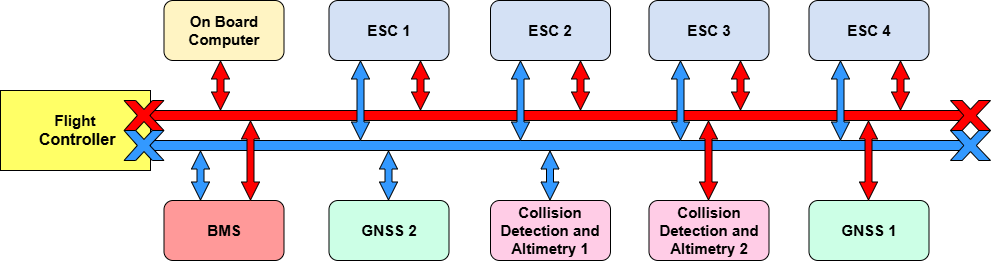
This is figs/Thomas/Intra Communication/CAN bus.png from 2024-3YP-Drone-TeamB/3YP_Report, a draw.io export, as it was before one commit. Source tidied: cells renumbered, new cells last; positions are measured from the earlier drawing's top-left corner, leaving out a move shared by most shapes. The source it was exported from:
```xml
<mxGraphModel>
  <root>
    <mxCell id="0" />
    <mxCell id="1" parent="0" />
    <mxCell id="2" value="&lt;b&gt;&lt;font style=&quot;font-size: 15px;&quot;&gt;GNSS 1&lt;/font&gt;&lt;/b&gt;" style="rounded=1;whiteSpace=wrap;html=1;fillColor=#CCFFE6;" parent="1" vertex="1">
      <mxGeometry x="808.5" y="200" width="120" height="60" as="geometry" />
    </mxCell>
    <mxCell id="3" value="&lt;b&gt;&lt;font style=&quot;font-size: 15px;&quot;&gt;Collision Detection and Altimetry 1&lt;/font&gt;&lt;/b&gt;" style="rounded=1;whiteSpace=wrap;html=1;fillColor=#FFCCE6;" parent="1" vertex="1">
      <mxGeometry x="490" y="200" width="120" height="60" as="geometry" />
    </mxCell>
    <mxCell id="4" value="&lt;b&gt;&lt;font style=&quot;font-size: 15px;&quot;&gt;BMS&lt;/font&gt;&lt;/b&gt;" style="rounded=1;whiteSpace=wrap;html=1;fillColor=#FF9999;" parent="1" vertex="1">
      <mxGeometry x="163.5" y="200" width="120" height="60" as="geometry" />
    </mxCell>
    <mxCell id="5" value="&lt;b&gt;&lt;font style=&quot;font-size: 15px;&quot;&gt;On Board Computer&lt;/font&gt;&lt;/b&gt;" style="rounded=1;whiteSpace=wrap;html=1;fillColor=#FFF4C3;" parent="1" vertex="1">
      <mxGeometry x="163.5" width="120" height="60" as="geometry" />
    </mxCell>
    <mxCell id="6" value="&lt;b&gt;&lt;font style=&quot;font-size: 15px;&quot;&gt;ESC 3&lt;/font&gt;&lt;/b&gt;" style="rounded=1;whiteSpace=wrap;html=1;fillColor=#D4E1F5;" parent="1" vertex="1">
      <mxGeometry x="648.5" width="120" height="60" as="geometry" />
    </mxCell>
    <mxCell id="7" value="&lt;b&gt;&lt;font style=&quot;font-size: 15px;&quot;&gt;ESC 1&lt;/font&gt;&lt;/b&gt;" style="rounded=1;whiteSpace=wrap;html=1;fillColor=#D4E1F5;" parent="1" vertex="1">
      <mxGeometry x="328.5" width="120" height="60" as="geometry" />
    </mxCell>
    <mxCell id="8" value="&lt;b&gt;&lt;font style=&quot;font-size: 15px;&quot;&gt;ESC 2&lt;/font&gt;&lt;/b&gt;" style="rounded=1;whiteSpace=wrap;html=1;fillColor=#D4E1F5;" parent="1" vertex="1">
      <mxGeometry x="490" width="120" height="60" as="geometry" />
    </mxCell>
    <mxCell id="9" value="&lt;b&gt;&lt;font style=&quot;font-size: 15px;&quot;&gt;ESC 4&lt;/font&gt;&lt;/b&gt;" style="rounded=1;whiteSpace=wrap;html=1;fillColor=#D4E1F5;" parent="1" vertex="1">
      <mxGeometry x="808.5" width="120" height="60" as="geometry" />
    </mxCell>
    <mxCell id="10" value="&lt;b&gt;&lt;font style=&quot;font-size: 15px;&quot;&gt;GNSS 2&lt;/font&gt;&lt;/b&gt;" style="rounded=1;whiteSpace=wrap;html=1;fillColor=#CCFFE6;" parent="1" vertex="1">
      <mxGeometry x="328.5" y="200" width="120" height="60" as="geometry" />
    </mxCell>
    <mxCell id="11" value="&lt;b&gt;&lt;font style=&quot;font-size: 15px;&quot;&gt;Collision Detection and Altimetry 2&lt;/font&gt;&lt;/b&gt;" style="rounded=1;whiteSpace=wrap;html=1;fillColor=#FFCCE6;" parent="1" vertex="1">
      <mxGeometry x="648.5" y="200" width="120" height="60" as="geometry" />
    </mxCell>
    <mxCell id="12" style="rounded=0;whiteSpace=wrap;html=1;fillColor=#FF0000;" parent="1" vertex="1">
      <mxGeometry x="150" y="110" width="820" height="10" as="geometry" />
    </mxCell>
    <mxCell id="13" value="&lt;b&gt;&lt;font style=&quot;font-size: 15px;&quot;&gt;Flight&lt;/font&gt;&lt;/b&gt;&lt;div&gt;&lt;b&gt;&lt;font size=&quot;3&quot; style=&quot;&quot;&gt;&amp;nbsp;Controller&lt;/font&gt;&lt;/b&gt;&lt;/div&gt;" style="rounded=0;whiteSpace=wrap;html=1;fillColor=#FFFF66;" parent="1" vertex="1">
      <mxGeometry y="90" width="150" height="80" as="geometry" />
    </mxCell>
    <mxCell id="14" style="rounded=0;whiteSpace=wrap;html=1;fillColor=#3399FF;" parent="1" vertex="1">
      <mxGeometry x="150" y="140" width="820" height="10" as="geometry" />
    </mxCell>
    <mxCell id="15" style="shape=flexArrow;endArrow=classic;startArrow=classic;html=1;rounded=0;width=7;endSize=5.67;startWidth=10;startSize=5.67;endWidth=10;fillColor=#FF0000;" parent="1" edge="1">
      <mxGeometry relative="1" as="geometry">
        <mxPoint x="900" y="110" as="sourcePoint" />
        <mxPoint x="900" y="60" as="targetPoint" />
      </mxGeometry>
    </mxCell>
    <mxCell id="16" style="shape=flexArrow;endArrow=classic;startArrow=classic;html=1;rounded=0;width=7;endSize=5.67;startWidth=10;startSize=5.67;endWidth=10;fillColor=#3399FF;" parent="1" edge="1">
      <mxGeometry relative="1" as="geometry">
        <mxPoint x="360" y="140" as="sourcePoint" />
        <mxPoint x="360" y="60" as="targetPoint" />
      </mxGeometry>
    </mxCell>
    <mxCell id="17" style="shape=flexArrow;endArrow=classic;startArrow=classic;html=1;rounded=0;width=7;endSize=5.67;startWidth=10;startSize=5.67;endWidth=10;fillColor=#3399FF;" parent="1" edge="1">
      <mxGeometry relative="1" as="geometry">
        <mxPoint x="388" y="200" as="sourcePoint" />
        <mxPoint x="388" y="150" as="targetPoint" />
      </mxGeometry>
    </mxCell>
    <mxCell id="18" style="shape=flexArrow;endArrow=classic;startArrow=classic;html=1;rounded=0;width=7;endSize=5.67;startWidth=10;startSize=5.67;endWidth=10;fillColor=#FF0000;" parent="1" edge="1">
      <mxGeometry relative="1" as="geometry">
        <mxPoint x="220" y="110" as="sourcePoint" />
        <mxPoint x="220" y="60" as="targetPoint" />
      </mxGeometry>
    </mxCell>
    <mxCell id="19" style="shape=flexArrow;endArrow=classic;startArrow=classic;html=1;rounded=0;width=7;endSize=5.67;startWidth=10;startSize=5.67;endWidth=10;fillColor=#3399FF;" parent="1" edge="1">
      <mxGeometry relative="1" as="geometry">
        <mxPoint x="200" y="200" as="sourcePoint" />
        <mxPoint x="200" y="150" as="targetPoint" />
      </mxGeometry>
    </mxCell>
    <mxCell id="20" style="shape=flexArrow;endArrow=classic;startArrow=classic;html=1;rounded=0;width=7;endSize=5.67;startWidth=10;startSize=5.67;endWidth=10;fillColor=#3399FF;" parent="1" edge="1">
      <mxGeometry relative="1" as="geometry">
        <mxPoint x="549.5" y="200" as="sourcePoint" />
        <mxPoint x="549.5" y="150" as="targetPoint" />
      </mxGeometry>
    </mxCell>
    <mxCell id="21" style="shape=flexArrow;endArrow=classic;startArrow=classic;html=1;rounded=0;width=7;endSize=5.67;startWidth=10;startSize=5.67;endWidth=10;fillColor=#FF0000;" parent="1" edge="1">
      <mxGeometry relative="1" as="geometry">
        <mxPoint x="740" y="110" as="sourcePoint" />
        <mxPoint x="740" y="60" as="targetPoint" />
      </mxGeometry>
    </mxCell>
    <mxCell id="22" style="shape=flexArrow;endArrow=classic;startArrow=classic;html=1;rounded=0;width=7;endSize=5.67;startWidth=10;startSize=5.67;endWidth=10;fillColor=#FF0000;" parent="1" edge="1">
      <mxGeometry relative="1" as="geometry">
        <mxPoint x="580" y="110" as="sourcePoint" />
        <mxPoint x="580" y="60" as="targetPoint" />
      </mxGeometry>
    </mxCell>
    <mxCell id="23" style="shape=flexArrow;endArrow=classic;startArrow=classic;html=1;rounded=0;width=7;endSize=5.67;startWidth=10;startSize=5.67;endWidth=10;fillColor=#FF0000;" parent="1" edge="1">
      <mxGeometry relative="1" as="geometry">
        <mxPoint x="420" y="110" as="sourcePoint" />
        <mxPoint x="420" y="60" as="targetPoint" />
      </mxGeometry>
    </mxCell>
    <mxCell id="24" style="shape=flexArrow;endArrow=classic;startArrow=classic;html=1;rounded=0;width=7;endSize=5.67;startWidth=10;startSize=5.67;endWidth=10;fillColor=#3399FF;" parent="1" edge="1">
      <mxGeometry relative="1" as="geometry">
        <mxPoint x="520" y="140" as="sourcePoint" />
        <mxPoint x="520" y="60" as="targetPoint" />
      </mxGeometry>
    </mxCell>
    <mxCell id="25" style="shape=flexArrow;endArrow=classic;startArrow=classic;html=1;rounded=0;width=7;endSize=5.67;startWidth=10;startSize=5.67;endWidth=10;fillColor=#3399FF;" parent="1" edge="1">
      <mxGeometry relative="1" as="geometry">
        <mxPoint x="680" y="140" as="sourcePoint" />
        <mxPoint x="680" y="60" as="targetPoint" />
      </mxGeometry>
    </mxCell>
    <mxCell id="26" style="shape=flexArrow;endArrow=classic;startArrow=classic;html=1;rounded=0;width=7;endSize=5.67;startWidth=10;startSize=5.67;endWidth=10;fillColor=#3399FF;" parent="1" edge="1">
      <mxGeometry relative="1" as="geometry">
        <mxPoint x="840" y="140" as="sourcePoint" />
        <mxPoint x="840" y="60" as="targetPoint" />
      </mxGeometry>
    </mxCell>
    <mxCell id="27" style="shape=flexArrow;endArrow=classic;startArrow=classic;html=1;rounded=0;width=7;endSize=5.67;startWidth=10;startSize=5.67;endWidth=10;fillColor=#FF0000;" parent="1" edge="1">
      <mxGeometry relative="1" as="geometry">
        <mxPoint x="868" y="200" as="sourcePoint" />
        <mxPoint x="868" y="120" as="targetPoint" />
      </mxGeometry>
    </mxCell>
    <mxCell id="28" style="shape=flexArrow;endArrow=classic;startArrow=classic;html=1;rounded=0;width=7;endSize=5.67;startWidth=10;startSize=5.67;endWidth=10;fillColor=#FF0000;" parent="1" edge="1">
      <mxGeometry relative="1" as="geometry">
        <mxPoint x="708" y="200" as="sourcePoint" />
        <mxPoint x="708" y="120" as="targetPoint" />
      </mxGeometry>
    </mxCell>
    <mxCell id="29" style="shape=flexArrow;endArrow=classic;startArrow=classic;html=1;rounded=0;width=7;endSize=5.67;startWidth=10;startSize=5.67;endWidth=10;fillColor=#FF0000;" parent="1" edge="1">
      <mxGeometry relative="1" as="geometry">
        <mxPoint x="250" y="200" as="sourcePoint" />
        <mxPoint x="250" y="120" as="targetPoint" />
      </mxGeometry>
    </mxCell>
    <mxCell id="30" style="verticalLabelPosition=bottom;verticalAlign=top;html=1;shape=mxgraph.basic.x;fillColor=#FF0000;" parent="1" vertex="1">
      <mxGeometry x="950" y="100" width="40" height="30" as="geometry" />
    </mxCell>
    <mxCell id="31" style="verticalLabelPosition=bottom;verticalAlign=top;html=1;shape=mxgraph.basic.x;fillColor=#3399FF;" parent="1" vertex="1">
      <mxGeometry x="950" y="130" width="40" height="30" as="geometry" />
    </mxCell>
    <mxCell id="32" style="verticalLabelPosition=bottom;verticalAlign=top;html=1;shape=mxgraph.basic.x;fillColor=#FF0000;" parent="1" vertex="1">
      <mxGeometry x="123.5" y="100" width="40" height="30" as="geometry" />
    </mxCell>
    <mxCell id="33" style="verticalLabelPosition=bottom;verticalAlign=top;html=1;shape=mxgraph.basic.x;fillColor=#3399FF;" parent="1" vertex="1">
      <mxGeometry x="123.5" y="130" width="40" height="30" as="geometry" />
    </mxCell>
  </root>
</mxGraphModel>
```
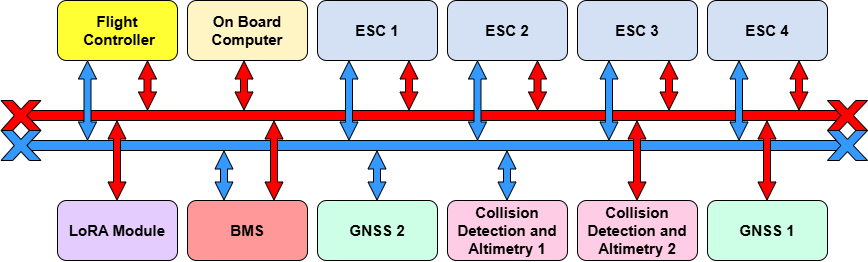
After the change.

Change to the diagram source:
```diff
@@ -3,132 +3,129 @@
     <mxCell id="0" />
     <mxCell id="1" parent="0" />
     <mxCell id="2" value="&lt;b&gt;&lt;font style=&quot;font-size: 15px;&quot;&gt;GNSS 1&lt;/font&gt;&lt;/b&gt;" style="rounded=1;whiteSpace=wrap;html=1;fillColor=#CCFFE6;" parent="1" vertex="1">
-      <mxGeometry x="808.5" y="200" width="120" height="60" as="geometry" />
+      <mxGeometry x="830" y="200" width="120" height="60" as="geometry" />
     </mxCell>
     <mxCell id="3" value="&lt;b&gt;&lt;font style=&quot;font-size: 15px;&quot;&gt;Collision Detection and Altimetry 1&lt;/font&gt;&lt;/b&gt;" style="rounded=1;whiteSpace=wrap;html=1;fillColor=#FFCCE6;" parent="1" vertex="1">
-      <mxGeometry x="490" y="200" width="120" height="60" as="geometry" />
+      <mxGeometry x="570" y="200" width="120" height="60" as="geometry" />
     </mxCell>
     <mxCell id="4" value="&lt;b&gt;&lt;font style=&quot;font-size: 15px;&quot;&gt;BMS&lt;/font&gt;&lt;/b&gt;" style="rounded=1;whiteSpace=wrap;html=1;fillColor=#FF9999;" parent="1" vertex="1">
-      <mxGeometry x="163.5" y="200" width="120" height="60" as="geometry" />
+      <mxGeometry x="310" y="200" width="120" height="60" as="geometry" />
     </mxCell>
     <mxCell id="5" value="&lt;b&gt;&lt;font style=&quot;font-size: 15px;&quot;&gt;On Board Computer&lt;/font&gt;&lt;/b&gt;" style="rounded=1;whiteSpace=wrap;html=1;fillColor=#FFF4C3;" parent="1" vertex="1">
-      <mxGeometry x="163.5" width="120" height="60" as="geometry" />
+      <mxGeometry x="310" width="120" height="60" as="geometry" />
     </mxCell>
     <mxCell id="6" value="&lt;b&gt;&lt;font style=&quot;font-size: 15px;&quot;&gt;ESC 3&lt;/font&gt;&lt;/b&gt;" style="rounded=1;whiteSpace=wrap;html=1;fillColor=#D4E1F5;" parent="1" vertex="1">
-      <mxGeometry x="648.5" width="120" height="60" as="geometry" />
+      <mxGeometry x="700" width="120" height="60" as="geometry" />
     </mxCell>
     <mxCell id="7" value="&lt;b&gt;&lt;font style=&quot;font-size: 15px;&quot;&gt;ESC 1&lt;/font&gt;&lt;/b&gt;" style="rounded=1;whiteSpace=wrap;html=1;fillColor=#D4E1F5;" parent="1" vertex="1">
-      <mxGeometry x="328.5" width="120" height="60" as="geometry" />
+      <mxGeometry x="440" width="120" height="60" as="geometry" />
     </mxCell>
     <mxCell id="8" value="&lt;b&gt;&lt;font style=&quot;font-size: 15px;&quot;&gt;ESC 2&lt;/font&gt;&lt;/b&gt;" style="rounded=1;whiteSpace=wrap;html=1;fillColor=#D4E1F5;" parent="1" vertex="1">
-      <mxGeometry x="490" width="120" height="60" as="geometry" />
+      <mxGeometry x="570" width="120" height="60" as="geometry" />
     </mxCell>
     <mxCell id="9" value="&lt;b&gt;&lt;font style=&quot;font-size: 15px;&quot;&gt;ESC 4&lt;/font&gt;&lt;/b&gt;" style="rounded=1;whiteSpace=wrap;html=1;fillColor=#D4E1F5;" parent="1" vertex="1">
-      <mxGeometry x="808.5" width="120" height="60" as="geometry" />
+      <mxGeometry x="830" width="120" height="60" as="geometry" />
     </mxCell>
     <mxCell id="10" value="&lt;b&gt;&lt;font style=&quot;font-size: 15px;&quot;&gt;GNSS 2&lt;/font&gt;&lt;/b&gt;" style="rounded=1;whiteSpace=wrap;html=1;fillColor=#CCFFE6;" parent="1" vertex="1">
-      <mxGeometry x="328.5" y="200" width="120" height="60" as="geometry" />
+      <mxGeometry x="440" y="200" width="120" height="60" as="geometry" />
     </mxCell>
     <mxCell id="11" value="&lt;b&gt;&lt;font style=&quot;font-size: 15px;&quot;&gt;Collision Detection and Altimetry 2&lt;/font&gt;&lt;/b&gt;" style="rounded=1;whiteSpace=wrap;html=1;fillColor=#FFCCE6;" parent="1" vertex="1">
-      <mxGeometry x="648.5" y="200" width="120" height="60" as="geometry" />
+      <mxGeometry x="700" y="200" width="120" height="60" as="geometry" />
     </mxCell>
     <mxCell id="12" style="rounded=0;whiteSpace=wrap;html=1;fillColor=#FF0000;" parent="1" vertex="1">
       <mxGeometry x="150" y="110" width="820" height="10" as="geometry" />
     </mxCell>
-    <mxCell id="13" value="&lt;b&gt;&lt;font style=&quot;font-size: 15px;&quot;&gt;Flight&lt;/font&gt;&lt;/b&gt;&lt;div&gt;&lt;b&gt;&lt;font size=&quot;3&quot; style=&quot;&quot;&gt;&amp;nbsp;Controller&lt;/font&gt;&lt;/b&gt;&lt;/div&gt;" style="rounded=0;whiteSpace=wrap;html=1;fillColor=#FFFF66;" parent="1" vertex="1">
-      <mxGeometry y="90" width="150" height="80" as="geometry" />
-    </mxCell>
     <mxCell id="14" style="rounded=0;whiteSpace=wrap;html=1;fillColor=#3399FF;" parent="1" vertex="1">
       <mxGeometry x="150" y="140" width="820" height="10" as="geometry" />
     </mxCell>
     <mxCell id="15" style="shape=flexArrow;endArrow=classic;startArrow=classic;html=1;rounded=0;width=7;endSize=5.67;startWidth=10;startSize=5.67;endWidth=10;fillColor=#FF0000;" parent="1" edge="1">
       <mxGeometry relative="1" as="geometry">
-        <mxPoint x="900" y="110" as="sourcePoint" />
-        <mxPoint x="900" y="60" as="targetPoint" />
+        <mxPoint x="921.5" y="110" as="sourcePoint" />
+        <mxPoint x="921.5" y="60" as="targetPoint" />
       </mxGeometry>
     </mxCell>
     <mxCell id="16" style="shape=flexArrow;endArrow=classic;startArrow=classic;html=1;rounded=0;width=7;endSize=5.67;startWidth=10;startSize=5.67;endWidth=10;fillColor=#3399FF;" parent="1" edge="1">
       <mxGeometry relative="1" as="geometry">
-        <mxPoint x="360" y="140" as="sourcePoint" />
-        <mxPoint x="360" y="60" as="targetPoint" />
+        <mxPoint x="471.5" y="140" as="sourcePoint" />
+        <mxPoint x="471.5" y="60" as="targetPoint" />
       </mxGeometry>
     </mxCell>
     <mxCell id="17" style="shape=flexArrow;endArrow=classic;startArrow=classic;html=1;rounded=0;width=7;endSize=5.67;startWidth=10;startSize=5.67;endWidth=10;fillColor=#3399FF;" parent="1" edge="1">
       <mxGeometry relative="1" as="geometry">
-        <mxPoint x="388" y="200" as="sourcePoint" />
-        <mxPoint x="388" y="150" as="targetPoint" />
+        <mxPoint x="499.5" y="200" as="sourcePoint" />
+        <mxPoint x="499.5" y="150" as="targetPoint" />
       </mxGeometry>
     </mxCell>
     <mxCell id="18" style="shape=flexArrow;endArrow=classic;startArrow=classic;html=1;rounded=0;width=7;endSize=5.67;startWidth=10;startSize=5.67;endWidth=10;fillColor=#FF0000;" parent="1" edge="1">
       <mxGeometry relative="1" as="geometry">
-        <mxPoint x="220" y="110" as="sourcePoint" />
-        <mxPoint x="220" y="60" as="targetPoint" />
+        <mxPoint x="366.5" y="110" as="sourcePoint" />
+        <mxPoint x="366.5" y="60" as="targetPoint" />
       </mxGeometry>
     </mxCell>
     <mxCell id="19" style="shape=flexArrow;endArrow=classic;startArrow=classic;html=1;rounded=0;width=7;endSize=5.67;startWidth=10;startSize=5.67;endWidth=10;fillColor=#3399FF;" parent="1" edge="1">
       <mxGeometry relative="1" as="geometry">
-        <mxPoint x="200" y="200" as="sourcePoint" />
-        <mxPoint x="200" y="150" as="targetPoint" />
+        <mxPoint x="346.5" y="200" as="sourcePoint" />
+        <mxPoint x="346.5" y="150" as="targetPoint" />
       </mxGeometry>
     </mxCell>
     <mxCell id="20" style="shape=flexArrow;endArrow=classic;startArrow=classic;html=1;rounded=0;width=7;endSize=5.67;startWidth=10;startSize=5.67;endWidth=10;fillColor=#3399FF;" parent="1" edge="1">
       <mxGeometry relative="1" as="geometry">
-        <mxPoint x="549.5" y="200" as="sourcePoint" />
-        <mxPoint x="549.5" y="150" as="targetPoint" />
+        <mxPoint x="629.5" y="200" as="sourcePoint" />
+        <mxPoint x="629.5" y="150" as="targetPoint" />
       </mxGeometry>
     </mxCell>
     <mxCell id="21" style="shape=flexArrow;endArrow=classic;startArrow=classic;html=1;rounded=0;width=7;endSize=5.67;startWidth=10;startSize=5.67;endWidth=10;fillColor=#FF0000;" parent="1" edge="1">
       <mxGeometry relative="1" as="geometry">
-        <mxPoint x="740" y="110" as="sourcePoint" />
-        <mxPoint x="740" y="60" as="targetPoint" />
+        <mxPoint x="791.5" y="110" as="sourcePoint" />
+        <mxPoint x="791.5" y="60" as="targetPoint" />
       </mxGeometry>
     </mxCell>
     <mxCell id="22" style="shape=flexArrow;endArrow=classic;startArrow=classic;html=1;rounded=0;width=7;endSize=5.67;startWidth=10;startSize=5.67;endWidth=10;fillColor=#FF0000;" parent="1" edge="1">
       <mxGeometry relative="1" as="geometry">
-        <mxPoint x="580" y="110" as="sourcePoint" />
-        <mxPoint x="580" y="60" as="targetPoint" />
+        <mxPoint x="660" y="110" as="sourcePoint" />
+        <mxPoint x="660" y="60" as="targetPoint" />
       </mxGeometry>
     </mxCell>
     <mxCell id="23" style="shape=flexArrow;endArrow=classic;startArrow=classic;html=1;rounded=0;width=7;endSize=5.67;startWidth=10;startSize=5.67;endWidth=10;fillColor=#FF0000;" parent="1" edge="1">
       <mxGeometry relative="1" as="geometry">
-        <mxPoint x="420" y="110" as="sourcePoint" />
-        <mxPoint x="420" y="60" as="targetPoint" />
+        <mxPoint x="531.5" y="110" as="sourcePoint" />
+        <mxPoint x="531.5" y="60" as="targetPoint" />
       </mxGeometry>
     </mxCell>
     <mxCell id="24" style="shape=flexArrow;endArrow=classic;startArrow=classic;html=1;rounded=0;width=7;endSize=5.67;startWidth=10;startSize=5.67;endWidth=10;fillColor=#3399FF;" parent="1" edge="1">
       <mxGeometry relative="1" as="geometry">
-        <mxPoint x="520" y="140" as="sourcePoint" />
-        <mxPoint x="520" y="60" as="targetPoint" />
+        <mxPoint x="600" y="140" as="sourcePoint" />
+        <mxPoint x="600" y="60" as="targetPoint" />
       </mxGeometry>
     </mxCell>
     <mxCell id="25" style="shape=flexArrow;endArrow=classic;startArrow=classic;html=1;rounded=0;width=7;endSize=5.67;startWidth=10;startSize=5.67;endWidth=10;fillColor=#3399FF;" parent="1" edge="1">
       <mxGeometry relative="1" as="geometry">
-        <mxPoint x="680" y="140" as="sourcePoint" />
-        <mxPoint x="680" y="60" as="targetPoint" />
+        <mxPoint x="731.5" y="140" as="sourcePoint" />
+        <mxPoint x="731.5" y="60" as="targetPoint" />
       </mxGeometry>
     </mxCell>
     <mxCell id="26" style="shape=flexArrow;endArrow=classic;startArrow=classic;html=1;rounded=0;width=7;endSize=5.67;startWidth=10;startSize=5.67;endWidth=10;fillColor=#3399FF;" parent="1" edge="1">
       <mxGeometry relative="1" as="geometry">
-        <mxPoint x="840" y="140" as="sourcePoint" />
-        <mxPoint x="840" y="60" as="targetPoint" />
+        <mxPoint x="861.5" y="140" as="sourcePoint" />
+        <mxPoint x="861.5" y="60" as="targetPoint" />
       </mxGeometry>
     </mxCell>
     <mxCell id="27" style="shape=flexArrow;endArrow=classic;startArrow=classic;html=1;rounded=0;width=7;endSize=5.67;startWidth=10;startSize=5.67;endWidth=10;fillColor=#FF0000;" parent="1" edge="1">
       <mxGeometry relative="1" as="geometry">
-        <mxPoint x="868" y="200" as="sourcePoint" />
-        <mxPoint x="868" y="120" as="targetPoint" />
+        <mxPoint x="889.5" y="200" as="sourcePoint" />
+        <mxPoint x="889.5" y="120" as="targetPoint" />
       </mxGeometry>
     </mxCell>
     <mxCell id="28" style="shape=flexArrow;endArrow=classic;startArrow=classic;html=1;rounded=0;width=7;endSize=5.67;startWidth=10;startSize=5.67;endWidth=10;fillColor=#FF0000;" parent="1" edge="1">
       <mxGeometry relative="1" as="geometry">
-        <mxPoint x="708" y="200" as="sourcePoint" />
-        <mxPoint x="708" y="120" as="targetPoint" />
+        <mxPoint x="759.5" y="200" as="sourcePoint" />
+        <mxPoint x="759.5" y="120" as="targetPoint" />
       </mxGeometry>
     </mxCell>
     <mxCell id="29" style="shape=flexArrow;endArrow=classic;startArrow=classic;html=1;rounded=0;width=7;endSize=5.67;startWidth=10;startSize=5.67;endWidth=10;fillColor=#FF0000;" parent="1" edge="1">
       <mxGeometry relative="1" as="geometry">
-        <mxPoint x="250" y="200" as="sourcePoint" />
-        <mxPoint x="250" y="120" as="targetPoint" />
+        <mxPoint x="396.5" y="200" as="sourcePoint" />
+        <mxPoint x="396.5" y="120" as="targetPoint" />
       </mxGeometry>
     </mxCell>
     <mxCell id="30" style="verticalLabelPosition=bottom;verticalAlign=top;html=1;shape=mxgraph.basic.x;fillColor=#FF0000;" parent="1" vertex="1">
@@ -143,5 +140,29 @@
     <mxCell id="33" style="verticalLabelPosition=bottom;verticalAlign=top;html=1;shape=mxgraph.basic.x;fillColor=#3399FF;" parent="1" vertex="1">
       <mxGeometry x="123.5" y="130" width="40" height="30" as="geometry" />
     </mxCell>
+    <mxCell id="34" value="&lt;b&gt;&lt;font style=&quot;font-size: 15px;&quot;&gt;LoRA Module&lt;/font&gt;&lt;/b&gt;" style="rounded=1;whiteSpace=wrap;html=1;fillColor=#E5CCFF;" parent="1" vertex="1">
+      <mxGeometry x="180" y="200" width="120" height="60" as="geometry" />
+    </mxCell>
+    <mxCell id="13" value="&lt;b&gt;&lt;font style=&quot;font-size: 15px;&quot;&gt;Flight&lt;/font&gt;&lt;/b&gt;&lt;div&gt;&lt;b&gt;&lt;font style=&quot;font-size: 15px;&quot;&gt;&amp;nbsp;Controller&lt;/font&gt;&lt;/b&gt;&lt;/div&gt;" style="rounded=1;whiteSpace=wrap;html=1;fillColor=#FFFF33;" parent="1" vertex="1">
+      <mxGeometry x="180" width="120" height="60" as="geometry" />
+    </mxCell>
+    <mxCell id="35" style="shape=flexArrow;endArrow=classic;startArrow=classic;html=1;rounded=0;width=7;endSize=5.67;startWidth=10;startSize=5.67;endWidth=10;fillColor=#FF0000;" parent="1" edge="1">
+      <mxGeometry relative="1" as="geometry">
+        <mxPoint x="270" y="110" as="sourcePoint" />
+        <mxPoint x="270" y="60" as="targetPoint" />
+      </mxGeometry>
+    </mxCell>
+    <mxCell id="36" style="shape=flexArrow;endArrow=classic;startArrow=classic;html=1;rounded=0;width=7;endSize=5.67;startWidth=10;startSize=5.67;endWidth=10;fillColor=#FF0000;" parent="1" edge="1">
+      <mxGeometry relative="1" as="geometry">
+        <mxPoint x="239.5" y="200" as="sourcePoint" />
+        <mxPoint x="239.5" y="120" as="targetPoint" />
+      </mxGeometry>
+    </mxCell>
+    <mxCell id="37" style="shape=flexArrow;endArrow=classic;startArrow=classic;html=1;rounded=0;width=7;endSize=5.67;startWidth=10;startSize=5.67;endWidth=10;fillColor=#3399FF;" parent="1" edge="1">
+      <mxGeometry relative="1" as="geometry">
+        <mxPoint x="210" y="140" as="sourcePoint" />
+        <mxPoint x="210" y="60" as="targetPoint" />
+      </mxGeometry>
+    </mxCell>
   </root>
 </mxGraphModel>
```
